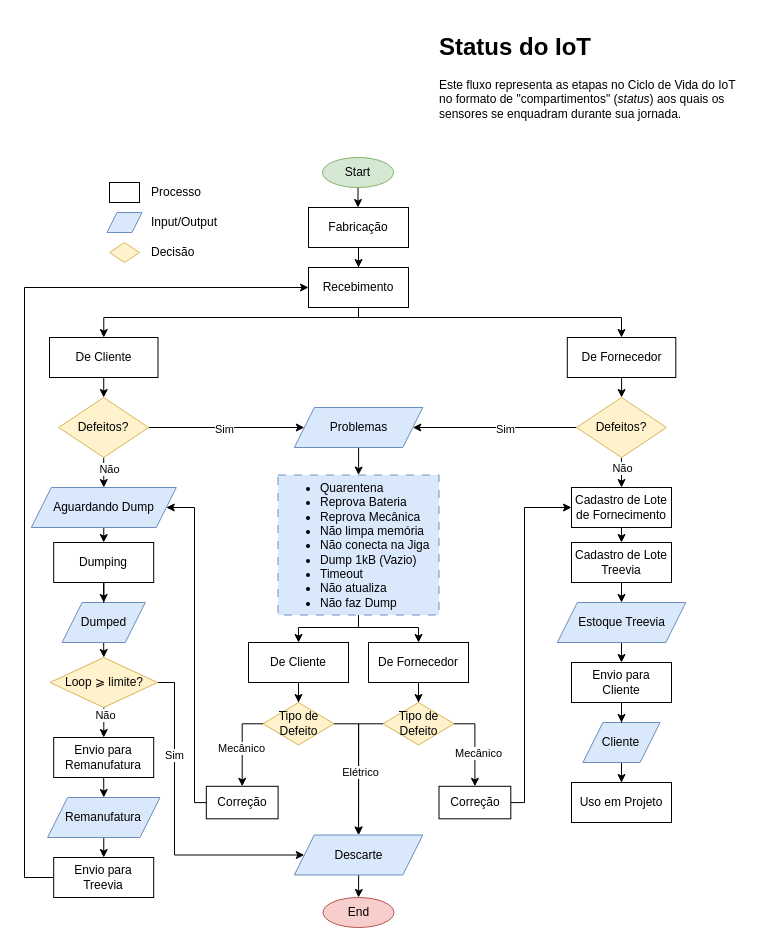
Above: page "Status LC" (2 of 2) of drawio/life-cycle.drawio in jotasaraiva/iot-life-cycle (draw.io), before the change. Source tidied: cells renumbered, new cells numbered last; positions are measured from the earlier drawing's top-left corner, leaving out a move shared by most shapes. Both pictures are drawn from the tidied source at 100%, with x=0, y=0 at pixel (24, 27).
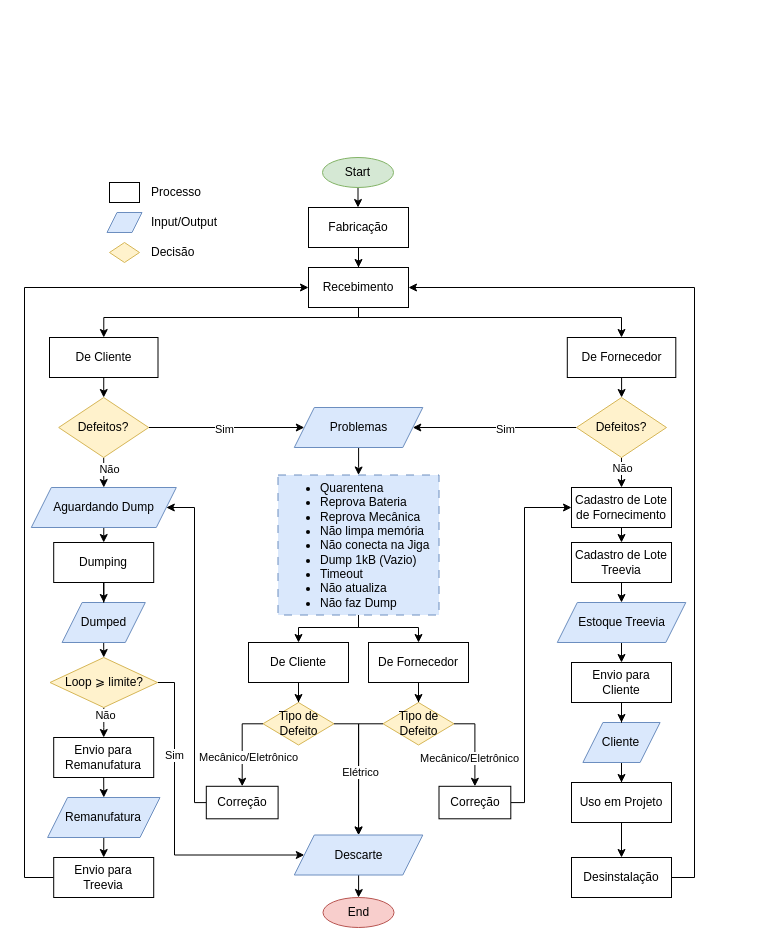
After the change.

The change refers to these unchanged cells:
```xml
<mxCell id="6" value="Recebimento" style="rounded=0;whiteSpace=wrap;html=1;" parent="1" vertex="1">
  <mxGeometry x="284" y="240" width="100" height="40" as="geometry" />
</mxCell>
<mxCell id="56" value="Uso em Projeto" style="rounded=0;whiteSpace=wrap;html=1;" parent="1" vertex="1">
  <mxGeometry x="547" y="755" width="100" height="40" as="geometry" />
</mxCell>
<mxCell id="70" style="edgeStyle=orthogonalEdgeStyle;rounded=0;jettySize=auto;html=1;entryX=0.5;entryY=0;entryDx=0;entryDy=0;" parent="1" edge="1" source="73" target="80">
  <mxGeometry relative="1" as="geometry">
    <Array as="points">
      <mxPoint x="450" y="696.5" />
    </Array>
  </mxGeometry>
</mxCell>
<mxCell id="74" style="edgeStyle=orthogonalEdgeStyle;rounded=0;jettySize=auto;html=1;entryX=0.5;entryY=0;entryDx=0;entryDy=0;" parent="1" edge="1" source="78" target="82">
  <mxGeometry relative="1" as="geometry">
    <Array as="points">
      <mxPoint x="218" y="696.5" />
    </Array>
  </mxGeometry>
</mxCell>
```

What changed in the source:
```diff
@@
-    <mxCell id="13" value="&lt;h1&gt;Status do IoT&lt;/h1&gt;&lt;p&gt;Este fluxo representa as etapas no Ciclo de Vida do IoT no formato de &quot;compartimentos&quot; (&lt;i&gt;status&lt;/i&gt;) aos quais os sensores se enquadram durante sua jornada.&lt;/p&gt;" style="text;html=1;strokeColor=none;fillColor=none;spacing=5;spacingTop=-20;whiteSpace=wrap;overflow=hidden;rounded=0;" parent="1" vertex="1">
-      <mxGeometry x="410" width="310" height="120" as="geometry" />
-    </mxCell>
@@
+    <mxCell id="83" style="edgeStyle=orthogonalEdgeStyle;rounded=0;jettySize=auto;html=1;entryX=0.5;entryY=0;entryDx=0;entryDy=0;" parent="1" edge="1" source="56" target="85">
+      <mxGeometry relative="1" as="geometry" />
+    </mxCell>
@@
-    <mxCell id="71" value="Mecânico" style="edgeLabel;html=1;align=center;verticalAlign=middle;" parent="70" vertex="1">
-      <mxGeometry x="0.19" y="3" relative="1" as="geometry" />
+    <mxCell id="71" value="Mecânico/Eletrônico" style="edgeLabel;html=1;align=center;verticalAlign=middle;" parent="70" vertex="1">
+      <mxGeometry x="0.19" y="3" relative="1" as="geometry">
+        <mxPoint x="-9" y="5" as="offset" />
+      </mxGeometry>
     </mxCell>
@@
-    <mxCell id="75" value="Mecânico" style="edgeLabel;html=1;align=center;verticalAlign=middle;" parent="74" vertex="1">
-      <mxGeometry x="0.09" y="-1" relative="1" as="geometry" />
+    <mxCell id="75" value="Mecânico/Eletrônico" style="edgeLabel;html=1;align=center;verticalAlign=middle;" parent="74" vertex="1">
+      <mxGeometry x="0.09" y="-1" relative="1" as="geometry">
+        <mxPoint x="7" y="9" as="offset" />
+      </mxGeometry>
     </mxCell>
@@
+    <mxCell id="84" style="edgeStyle=orthogonalEdgeStyle;rounded=0;jettySize=auto;html=1;entryX=1;entryY=0.5;entryDx=0;entryDy=0;" parent="1" edge="1" source="85" target="6">
+      <mxGeometry relative="1" as="geometry">
+        <Array as="points">
+          <mxPoint x="670" y="850" />
+          <mxPoint x="670" y="260" />
+        </Array>
+      </mxGeometry>
+    </mxCell>
+    <mxCell id="85" value="Desinstalação" style="rounded=0;whiteSpace=wrap;html=1;" parent="1" vertex="1">
+      <mxGeometry x="547" y="830" width="100" height="40" as="geometry" />
+    </mxCell>
```
